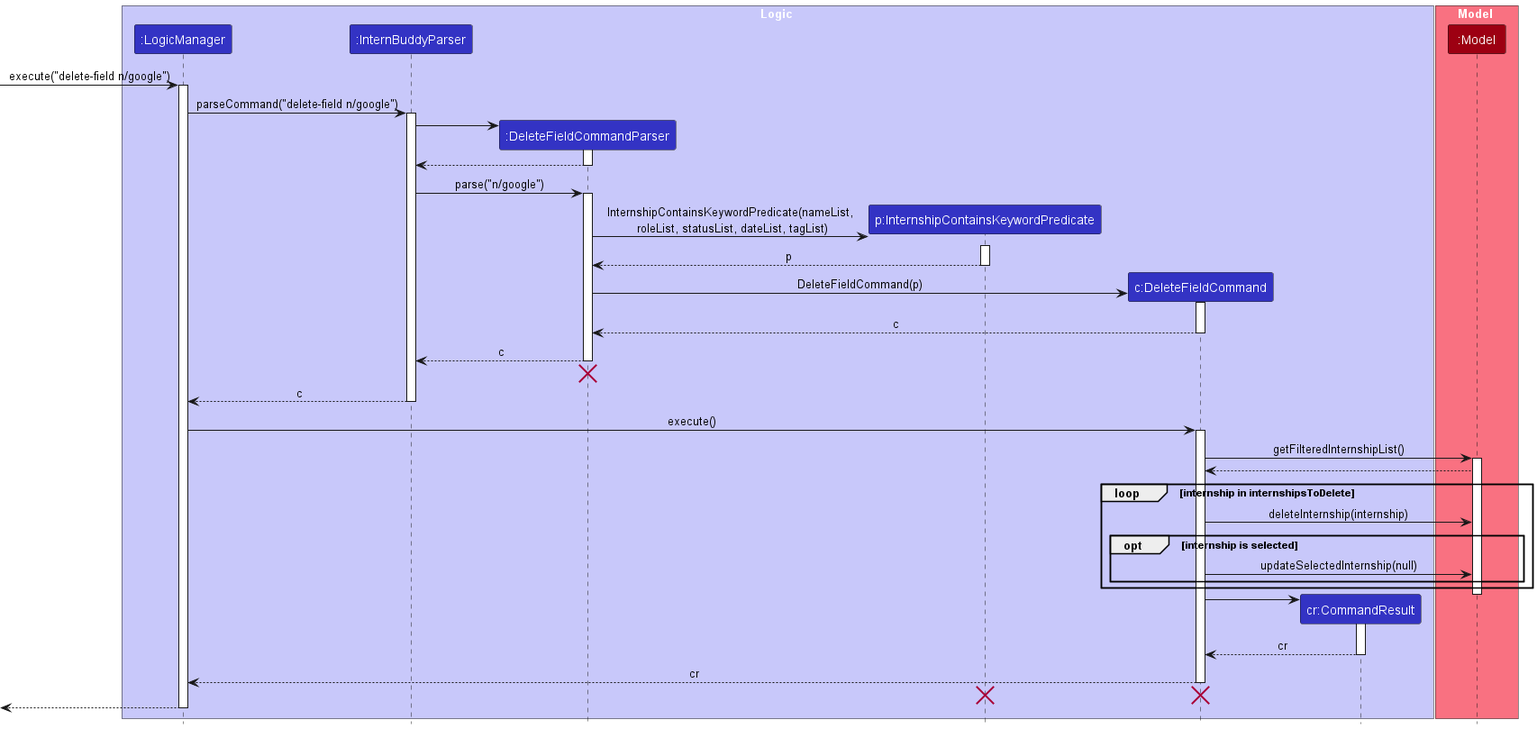
The PlantUML diagram docs/images/DeleteFieldSequenceDiagram.png in nus-cs2103-AY2223S2/tp, before a commit. Source of this version:
```plantuml
@startuml
!include style.puml

box Logic LOGIC_COLOR_T1
participant ":LogicManager" as LogicManager LOGIC_COLOR
participant ":InternBuddyParser" as InternBuddyParser LOGIC_COLOR
participant ":DeleteFieldCommandParser" as DeleteFieldCommandParser LOGIC_COLOR
participant "p:InternshipContainsKeywordPredicate" as InternshipContainsKeywordPredicate LOGIC_COLOR
participant "c:DeleteFieldCommand" as DeleteFieldCommand LOGIC_COLOR
participant "cr:CommandResult" as CommandResult LOGIC_COLOR
end box

box Model MODEL_COLOR_T1
participant ":Model" as Model MODEL_COLOR
end box

[-> LogicManager : execute("delete-field n/google")
activate LogicManager

LogicManager -> InternBuddyParser : parseCommand("delete-field n/google")
activate InternBuddyParser

create DeleteFieldCommandParser
InternBuddyParser -> DeleteFieldCommandParser
activate DeleteFieldCommandParser

DeleteFieldCommandParser --> InternBuddyParser
deactivate DeleteFieldCommandParser

InternBuddyParser -> DeleteFieldCommandParser : parse("n/google")
activate DeleteFieldCommandParser

create InternshipContainsKeywordPredicate
DeleteFieldCommandParser -> InternshipContainsKeywordPredicate : InternshipContainsKeywordPredicate(nameList,\n roleList, statusList, dateList, tagList)
activate InternshipContainsKeywordPredicate

InternshipContainsKeywordPredicate --> DeleteFieldCommandParser : p
deactivate InternshipContainsKeywordPredicate

create DeleteFieldCommand
DeleteFieldCommandParser -> DeleteFieldCommand : DeleteFieldCommand(p)
activate DeleteFieldCommand

DeleteFieldCommand --> DeleteFieldCommandParser : c
deactivate DeleteFieldCommand

DeleteFieldCommandParser --> InternBuddyParser : c
deactivate DeleteFieldCommandParser
DeleteFieldCommandParser -[hidden]-> InternBuddyParser
destroy DeleteFieldCommandParser

InternBuddyParser --> LogicManager : c
deactivate InternBuddyParser

LogicManager -> DeleteFieldCommand : execute()
activate DeleteFieldCommand

DeleteFieldCommand -> Model : getFilteredInternshipList()
activate Model

Model --> DeleteFieldCommand

loop internship in internshipsToDelete
    DeleteFieldCommand -> Model: deleteInternship(internship)

opt internship is selected
    DeleteFieldCommand -> Model: updateSelectedInternship(null)
end
end

deactivate Model

create CommandResult
DeleteFieldCommand -> CommandResult
activate CommandResult

CommandResult --> DeleteFieldCommand : cr
deactivate CommandResult

DeleteFieldCommand --> LogicManager : cr
deactivate DeleteFieldCommand
DeleteFieldCommand -[hidden]-> LogicManager
destroy DeleteFieldCommand

destroy InternshipContainsKeywordPredicate

[<--LogicManager
deactivate LogicManager
@enduml
```
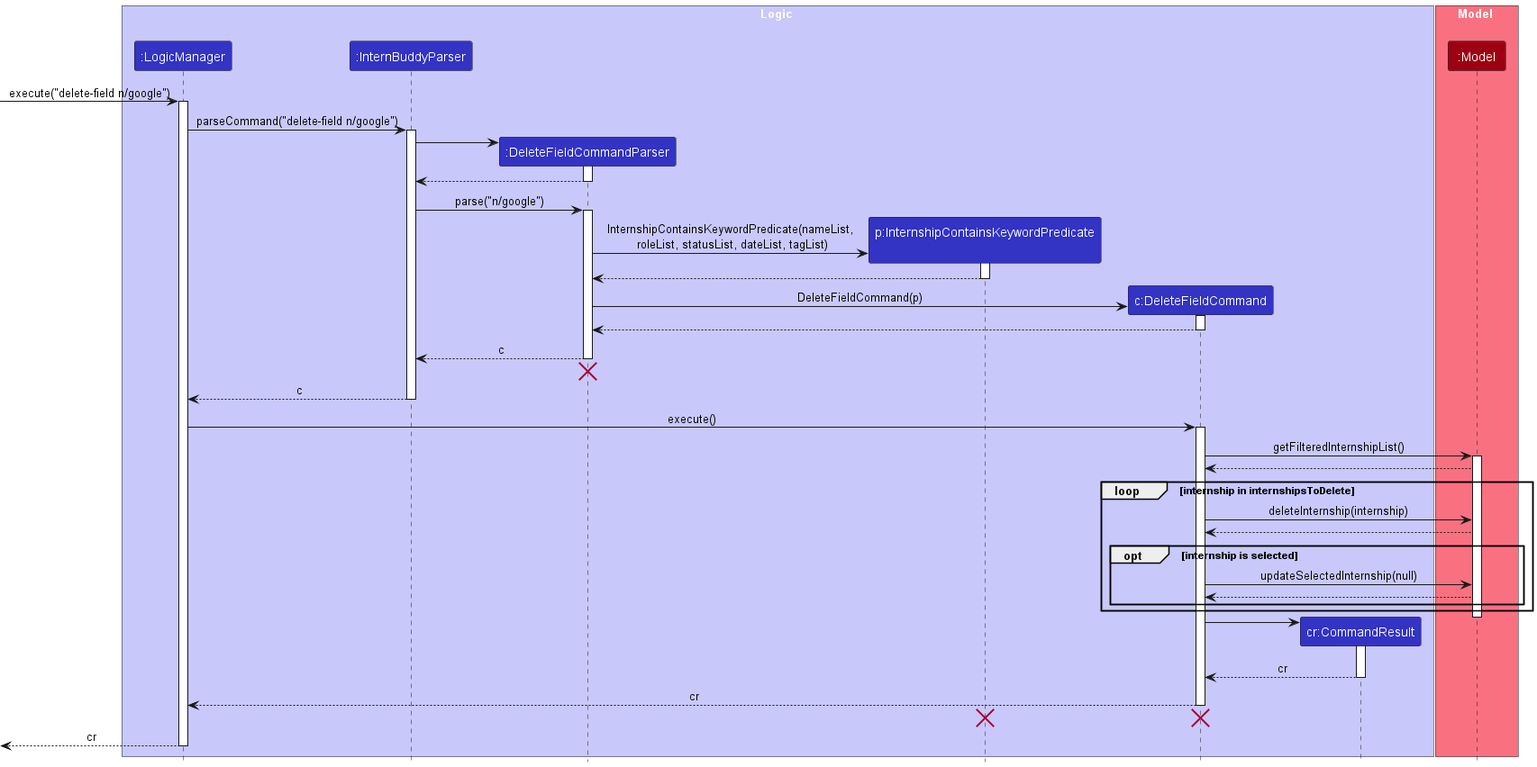
Above is the later version.

Commit message:
Update sequence diagram in DG

What changed in the source:
```diff
@@ -5,7 +5,7 @@
 participant ":LogicManager" as LogicManager LOGIC_COLOR
 participant ":InternBuddyParser" as InternBuddyParser LOGIC_COLOR
 participant ":DeleteFieldCommandParser" as DeleteFieldCommandParser LOGIC_COLOR
-participant "p:InternshipContainsKeywordPredicate" as InternshipContainsKeywordPredicate LOGIC_COLOR
+participant "p:InternshipContainsKeywordPredicate\n" as InternshipContainsKeywordPredicate LOGIC_COLOR
 participant "c:DeleteFieldCommand" as DeleteFieldCommand LOGIC_COLOR
 participant "cr:CommandResult" as CommandResult LOGIC_COLOR
 end box
@@ -34,14 +34,14 @@
 DeleteFieldCommandParser -> InternshipContainsKeywordPredicate : InternshipContainsKeywordPredicate(nameList,\n roleList, statusList, dateList, tagList)
 activate InternshipContainsKeywordPredicate
 
-InternshipContainsKeywordPredicate --> DeleteFieldCommandParser : p
+InternshipContainsKeywordPredicate --> DeleteFieldCommandParser
 deactivate InternshipContainsKeywordPredicate
 
 create DeleteFieldCommand
 DeleteFieldCommandParser -> DeleteFieldCommand : DeleteFieldCommand(p)
 activate DeleteFieldCommand
 
-DeleteFieldCommand --> DeleteFieldCommandParser : c
+DeleteFieldCommand --> DeleteFieldCommandParser
 deactivate DeleteFieldCommand
 
 DeleteFieldCommandParser --> InternBuddyParser : c
@@ -62,9 +62,11 @@
 
 loop internship in internshipsToDelete
     DeleteFieldCommand -> Model: deleteInternship(internship)
+    Model --> DeleteFieldCommand
 
 opt internship is selected
     DeleteFieldCommand -> Model: updateSelectedInternship(null)
+    Model --> DeleteFieldCommand
 end
 end
 
@@ -84,6 +86,6 @@
 
 destroy InternshipContainsKeywordPredicate
 
-[<--LogicManager
+[<--LogicManager : cr
 deactivate LogicManager
 @enduml
```
